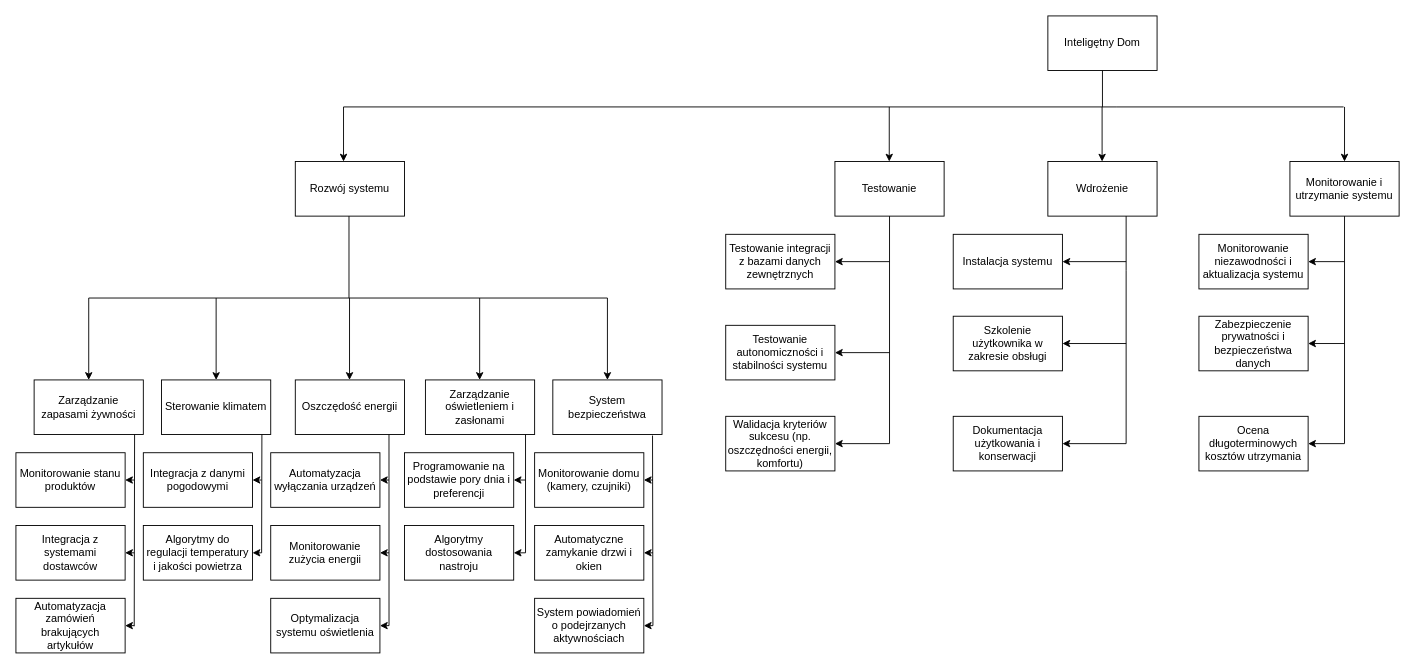
julian428/wbs keeps this draw.io diagram as Diagram bez tytułu.drawio. Above is the earlier version. Source tidied: cells renumbered, new cells numbered last; positions are measured from the earlier drawing's top-left corner, leaving out a move shared by most shapes. Both pictures are drawn from the tidied source at 91%, with x=0, y=0 at pixel (15, 15).
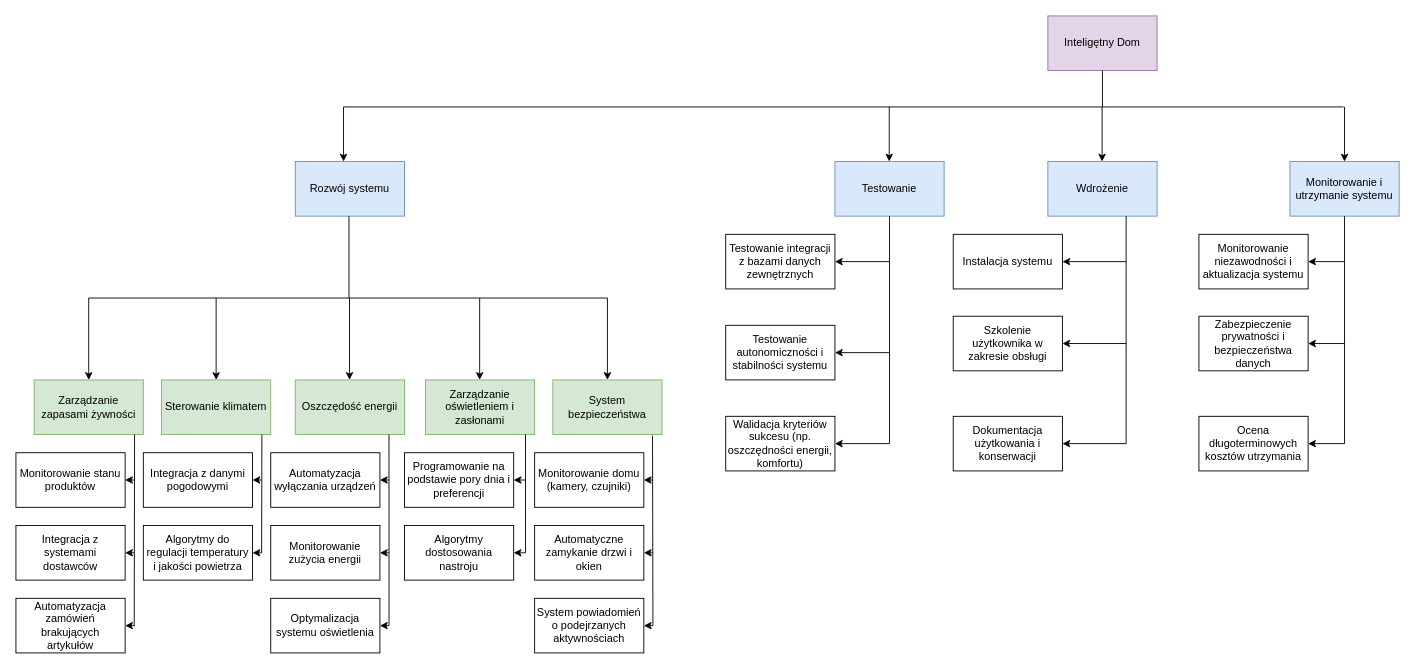
The same page after the edit.

Commit message:
Dodałem kolorki

Change to the diagram source:
```diff
@@
-    <mxCell id="2" value="Inteligętny Dom" style="rounded=0;whiteSpace=wrap;html=1;" parent="1" vertex="1">
+    <mxCell id="2" value="Inteligętny Dom" style="rounded=0;whiteSpace=wrap;html=1;fillColor=#e1d5e7;strokeColor=#9673a6;" parent="1" vertex="1">
       <mxGeometry x="1134" width="120" height="60" as="geometry" />
     </mxCell>
@@
-    <mxCell id="9" value="Rozwój systemu" style="rounded=0;whiteSpace=wrap;html=1;" parent="1" vertex="1">
+    <mxCell id="9" value="Rozwój systemu" style="rounded=0;whiteSpace=wrap;html=1;fillColor=#dae8fc;strokeColor=#6c8ebf;" parent="1" vertex="1">
       <mxGeometry x="307" y="160" width="120" height="60" as="geometry" />
     </mxCell>
-    <mxCell id="10" value="Testowanie" style="rounded=0;whiteSpace=wrap;html=1;" parent="1" vertex="1">
+    <mxCell id="10" value="Testowanie" style="rounded=0;whiteSpace=wrap;html=1;fillColor=#dae8fc;strokeColor=#6c8ebf;" parent="1" vertex="1">
       <mxGeometry x="900" y="160" width="120" height="60" as="geometry" />
     </mxCell>
-    <mxCell id="11" value="Wdrożenie" style="rounded=0;whiteSpace=wrap;html=1;" parent="1" vertex="1">
+    <mxCell id="11" value="Wdrożenie" style="rounded=0;whiteSpace=wrap;html=1;fillColor=#dae8fc;strokeColor=#6c8ebf;" parent="1" vertex="1">
       <mxGeometry x="1134" y="160" width="120" height="60" as="geometry" />
     </mxCell>
-    <mxCell id="12" value="Monitorowanie i utrzymanie systemu" style="rounded=0;whiteSpace=wrap;html=1;" parent="1" vertex="1">
+    <mxCell id="12" value="Monitorowanie i utrzymanie systemu" style="rounded=0;whiteSpace=wrap;html=1;fillColor=#dae8fc;strokeColor=#6c8ebf;" parent="1" vertex="1">
       <mxGeometry x="1400" y="160" width="120" height="60" as="geometry" />
     </mxCell>
@@
-    <mxCell id="20" value="Zarządzanie zapasami żywności" style="rounded=0;whiteSpace=wrap;html=1;" parent="1" vertex="1">
+    <mxCell id="20" value="Zarządzanie zapasami żywności" style="rounded=0;whiteSpace=wrap;html=1;fillColor=#d5e8d4;strokeColor=#82b366;" parent="1" vertex="1">
       <mxGeometry x="20" y="400" width="120" height="60" as="geometry" />
     </mxCell>
-    <mxCell id="21" value="Sterowanie klimatem" style="rounded=0;whiteSpace=wrap;html=1;" parent="1" vertex="1">
+    <mxCell id="21" value="Sterowanie klimatem" style="rounded=0;whiteSpace=wrap;html=1;fillColor=#d5e8d4;strokeColor=#82b366;" parent="1" vertex="1">
       <mxGeometry x="160" y="400" width="120" height="60" as="geometry" />
     </mxCell>
-    <mxCell id="22" value="Oszczędość energii" style="rounded=0;whiteSpace=wrap;html=1;" parent="1" vertex="1">
+    <mxCell id="22" value="Oszczędość energii" style="rounded=0;whiteSpace=wrap;html=1;fillColor=#d5e8d4;strokeColor=#82b366;" parent="1" vertex="1">
       <mxGeometry x="307" y="400" width="120" height="60" as="geometry" />
     </mxCell>
-    <mxCell id="23" value="Zarządzanie oświetleniem i zasłonami" style="rounded=0;whiteSpace=wrap;html=1;" parent="1" vertex="1">
+    <mxCell id="23" value="Zarządzanie oświetleniem i zasłonami" style="rounded=0;whiteSpace=wrap;html=1;fillColor=#d5e8d4;strokeColor=#82b366;" parent="1" vertex="1">
       <mxGeometry x="450" y="400" width="120" height="60" as="geometry" />
     </mxCell>
-    <mxCell id="24" value="System bezpieczeństwa" style="rounded=0;whiteSpace=wrap;html=1;" parent="1" vertex="1">
+    <mxCell id="24" value="System bezpieczeństwa" style="rounded=0;whiteSpace=wrap;html=1;fillColor=#d5e8d4;strokeColor=#82b366;" parent="1" vertex="1">
       <mxGeometry x="590" y="400" width="120" height="60" as="geometry" />
     </mxCell>
```
